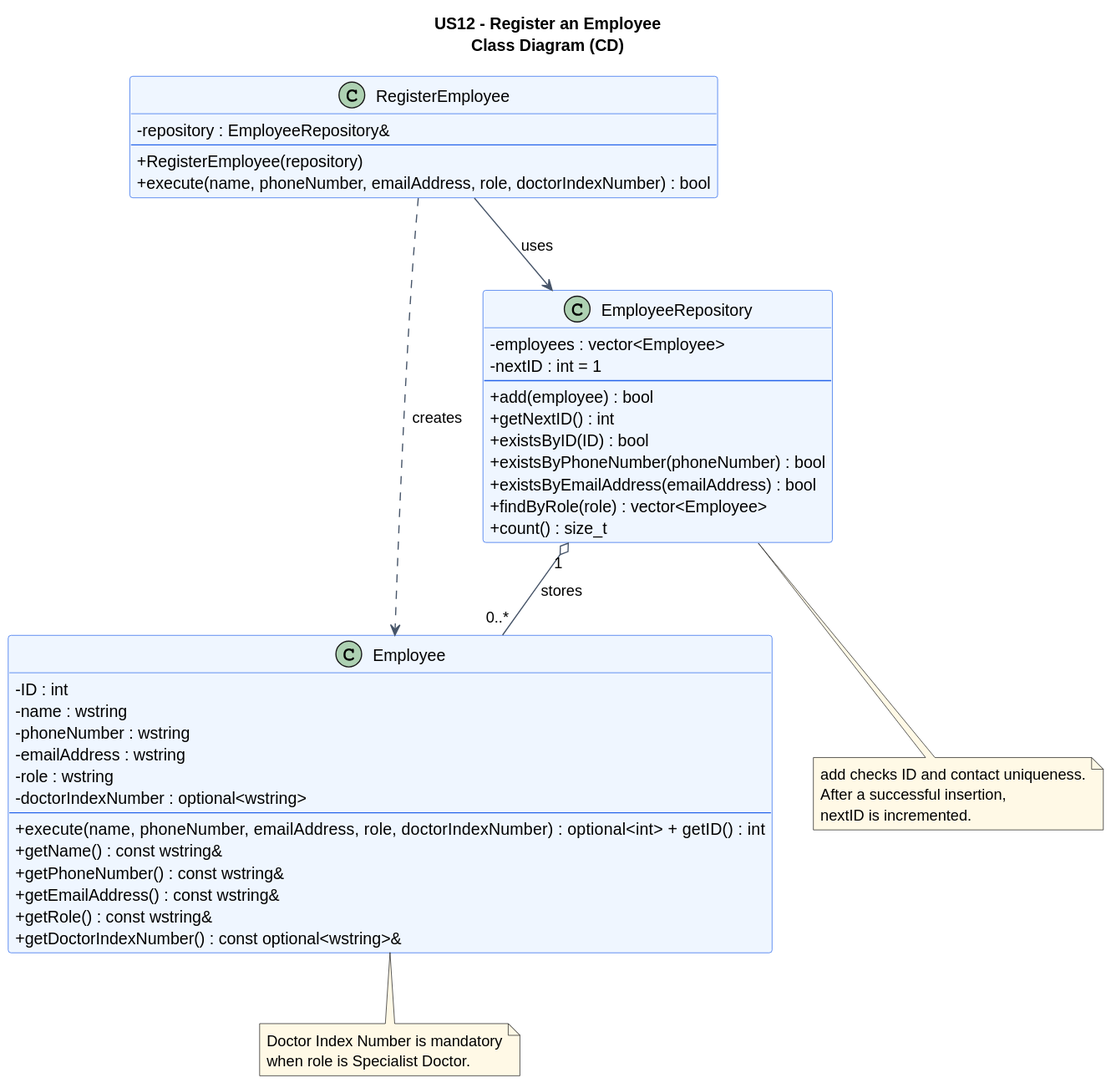
Earlier version of the PlantUML export docs/system-documentation/US12/svg/US12-CD.svg (jmaia574/leti-esoft-26-27-B6). Source of this version:
```plantuml
@startuml
title US12 - Register an Employee\nClass Diagram (CD)

skinparam backgroundColor #FFFFFF
skinparam shadowing false
skinparam classAttributeIconSize 0
skinparam classBorderColor #2563EB
skinparam classBackgroundColor #EFF6FF
skinparam ArrowColor #475569
skinparam NoteBackgroundColor #FFF9E6

class Employee {
    - ID : int
    - name : wstring
    - phoneNumber : wstring
    - emailAddress : wstring
    - role : wstring
    - doctorIndexNumber : optional<wstring>
    --
+ execute(name, phoneNumber, emailAddress, role, doctorIndexNumber) : optional<int>    + getID() : int
    + getName() : const wstring&
    + getPhoneNumber() : const wstring&
    + getEmailAddress() : const wstring&
    + getRole() : const wstring&
    + getDoctorIndexNumber() : const optional<wstring>&
}

class EmployeeRepository {
    - employees : vector<Employee>
    - nextID : int = 1
    --
    + add(employee) : bool
    + getNextID() : int
    + existsByID(ID) : bool
    + existsByPhoneNumber(phoneNumber) : bool
    + existsByEmailAddress(emailAddress) : bool
    + findByRole(role) : vector<Employee>
    + count() : size_t
}

class RegisterEmployee {
    - repository : EmployeeRepository&
    --
    + RegisterEmployee(repository)
    + execute(name, phoneNumber, emailAddress, role, doctorIndexNumber) : bool
}

EmployeeRepository "1" o-- "0..*" Employee : stores
RegisterEmployee --> EmployeeRepository : uses
RegisterEmployee ..> Employee : creates

note bottom of Employee
Doctor Index Number is mandatory
when role is Specialist Doctor.
end note

note bottom of EmployeeRepository
add checks ID and contact uniqueness.
After a successful insertion,
nextID is incremented.
end note
@enduml
```
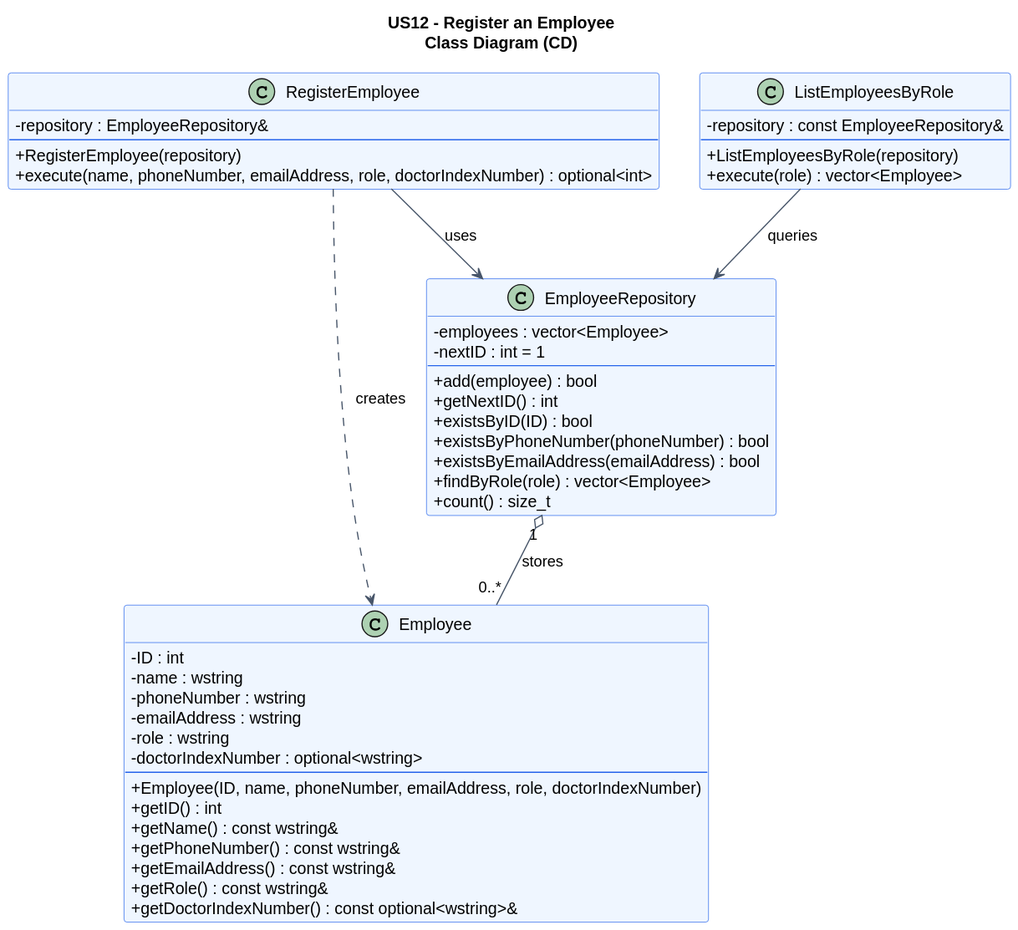
Later version of the same file.

What changed in the source:
```diff
@@ -17,7 +17,8 @@
     - role : wstring
     - doctorIndexNumber : optional<wstring>
     --
-+ execute(name, phoneNumber, emailAddress, role, doctorIndexNumber) : optional<int>    + getID() : int
+    + Employee(ID, name, phoneNumber, emailAddress, role, doctorIndexNumber)
+    + getID() : int
     + getName() : const wstring&
     + getPhoneNumber() : const wstring&
     + getEmailAddress() : const wstring&
@@ -42,21 +43,18 @@
     - repository : EmployeeRepository&
     --
     + RegisterEmployee(repository)
-    + execute(name, phoneNumber, emailAddress, role, doctorIndexNumber) : bool
+    + execute(name, phoneNumber, emailAddress, role, doctorIndexNumber) : optional<int>
+}
+
+class ListEmployeesByRole {
+    - repository : const EmployeeRepository&
+    --
+    + ListEmployeesByRole(repository)
+    + execute(role) : vector<Employee>
 }
 
 EmployeeRepository "1" o-- "0..*" Employee : stores
 RegisterEmployee --> EmployeeRepository : uses
 RegisterEmployee ..> Employee : creates
-
-note bottom of Employee
-Doctor Index Number is mandatory
-when role is Specialist Doctor.
-end note
-
-note bottom of EmployeeRepository
-add checks ID and contact uniqueness.
-After a successful insertion,
-nextID is incremented.
-end note
+ListEmployeesByRole --> EmployeeRepository : queries
 @enduml
```
